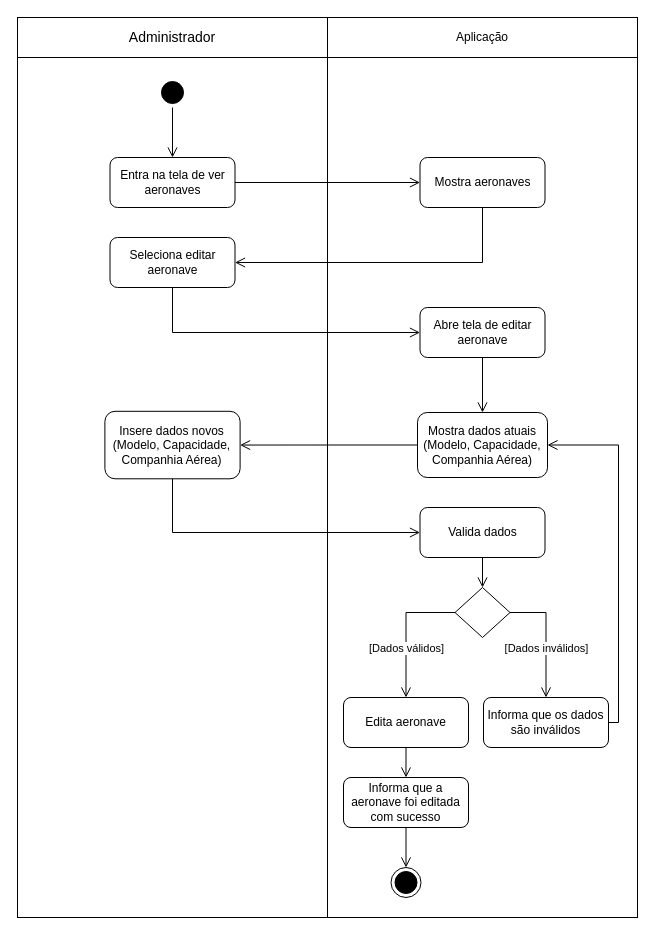
This is Diagramas/Eng_de_Software/Modelos/Atividade/Update_Aeronave.drawio from GabrielGMori/trabalho-conclus-o-ano, a draw.io file, before an edit. Source tidied: cells renumbered, new cells numbered last; positions are measured from the earlier drawing's top-left corner, leaving out a move shared by most shapes. Both pictures are drawn from the tidied source at 100%, with x=0, y=0 at pixel (17, 17).
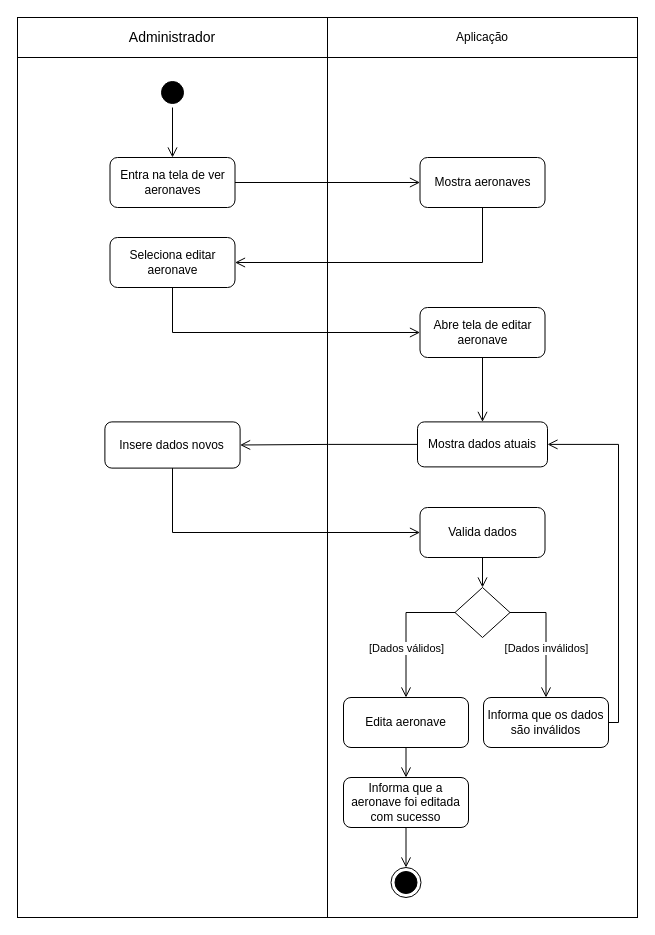
Above is the later version.

What changed in the source:
```diff
@@
-    <mxCell id="9" value="Mostra dados atuais (Modelo, Capacidade, Companhia Aérea)" style="rounded=1;whiteSpace=wrap;html=1;" parent="1" vertex="1">
-      <mxGeometry x="400" y="395" width="130" height="65" as="geometry" />
+    <mxCell id="9" value="Mostra dados atuais" style="rounded=1;whiteSpace=wrap;html=1;" parent="1" vertex="1">
+      <mxGeometry x="400" y="404.4" width="130" height="45" as="geometry" />
     </mxCell>
-    <mxCell id="10" value="Insere dados novos (Modelo, Capacidade, Companhia Aérea)" style="rounded=1;whiteSpace=wrap;html=1;" parent="1" vertex="1">
-      <mxGeometry x="87.4" y="393.8" width="135.2" height="67.5" as="geometry" />
+    <mxCell id="10" value="Insere dados novos" style="rounded=1;whiteSpace=wrap;html=1;" parent="1" vertex="1">
+      <mxGeometry x="87.4" y="404.4" width="135.2" height="46.2" as="geometry" />
     </mxCell>
```
